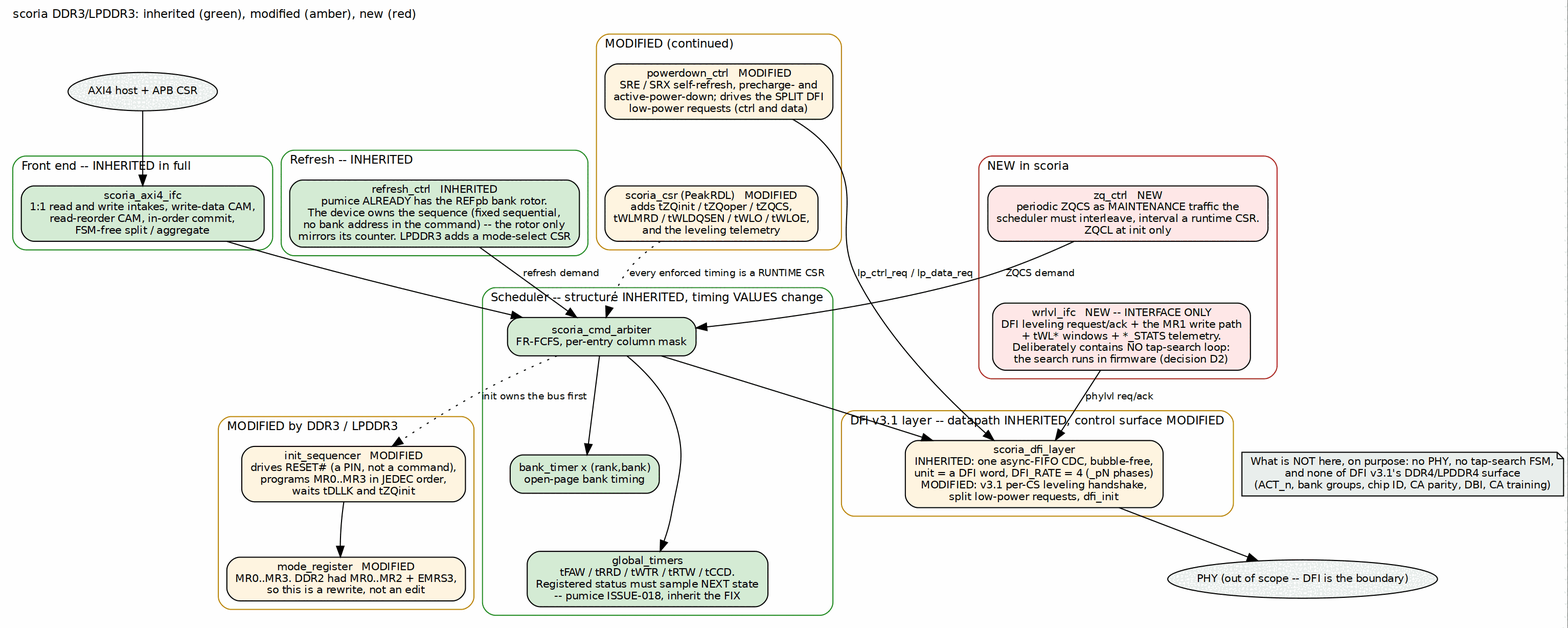
Above: projects/components/mem-ctrl-ip/scoria-ddr3-lpddr3/docs/scoria_has/assets/graphviz/01_block_diagram.png in sean-galloway/RTLDesignSherpa (Graphviz), before the change. Its source is kept beside it as projects/components/mem-ctrl-ip/scoria-ddr3-lpddr3/docs/scoria_has/assets/graphviz/01_block_diagram.dot. Source of this version:
```dot
digraph scoria_blocks {
    graph [rankdir=TB, fontname="Helvetica", fontsize=11, nodesep=0.3, ranksep=0.55,
           label="scoria DDR3/LPDDR3: inherited (green), modified (amber), new (red)", labelloc=t, labeljust=l];
    node  [fontname="Helvetica", fontsize=10, shape=box, style="rounded,filled"];
    edge  [fontname="Helvetica", fontsize=9];

    host [label="AXI4 host + APB CSR", shape=ellipse, fillcolor="#f4f4f4"];

    subgraph cluster_fe {
        label="Front end -- INHERITED in full"; style="rounded"; color="#228B22";
        axi [label="scoria_axi4_ifc\n1:1 read and write intakes, write-data CAM,\nread-reorder CAM, in-order commit,\nFSM-free split / aggregate", fillcolor="#d5ecd5"];
    }

    subgraph cluster_sched {
        label="Scheduler -- structure INHERITED, timing VALUES change"; style="rounded"; color="#228B22";
        arb  [label="scoria_cmd_arbiter\nFR-FCFS, per-entry column mask", fillcolor="#d5ecd5"];
        bt   [label="bank_timer x (rank,bank)\nopen-page bank timing", fillcolor="#d5ecd5"];
        gt   [label="global_timers\ntFAW / tRRD / tWTR / tRTW / tCCD.\nRegistered status must sample NEXT state\n-- pumice ISSUE-018, inherit the FIX", fillcolor="#d5ecd5"];
        arb -> bt; arb -> gt;
    }

    subgraph cluster_mod {
        label="MODIFIED by DDR3 / LPDDR3"; style="rounded"; color="#B8860B";
        init [label="init_sequencer   MODIFIED\ndrives RESET# (a PIN, not a command),\nprograms MR0..MR3 in JEDEC order,\nwaits tDLLK and tZQinit", fillcolor="#fff4e0"];
        mr   [label="mode_register   MODIFIED\nMR0..MR3. DDR2 had MR0..MR2 + EMRS3,\nso this is a rewrite, not an edit", fillcolor="#fff4e0"];
    }
    subgraph cluster_ref {
        label="Refresh -- INHERITED"; style="rounded"; color="#228B22";
        ref  [label="refresh_ctrl   INHERITED\npumice ALREADY has the REFpb bank rotor.\nThe device owns the sequence (fixed sequential,\nno bank address in the command) -- the rotor only\nmirrors its counter. LPDDR3 adds a mode-select CSR", fillcolor="#d5ecd5"];
    }
    subgraph cluster_mod2 {
        label="MODIFIED (continued)"; style="rounded"; color="#B8860B";
        pd   [label="powerdown_ctrl   MODIFIED\nSRE / SRX self-refresh, precharge- and\nactive-power-down; drives the SPLIT DFI\nlow-power requests (ctrl and data)", fillcolor="#fff4e0"];
        csr  [label="scoria_csr (PeakRDL)   MODIFIED\nadds tZQinit / tZQoper / tZQCS,\ntWLMRD / tWLDQSEN / tWLO / tWLOE,\nand the leveling telemetry", fillcolor="#fff4e0"];
    }

    subgraph cluster_new {
        label="NEW in scoria"; style="rounded"; color="#B22222";
        zq   [label="zq_ctrl   NEW\nperiodic ZQCS as MAINTENANCE traffic the\nscheduler must interleave, interval a runtime CSR.\nZQCL at init only", fillcolor="#ffe8e8"];
        wl   [label="wrlvl_ifc   NEW -- INTERFACE ONLY\nDFI leveling request/ack + the MR1 write path\n+ tWL* windows + *_STATS telemetry.\nDeliberately contains NO tap-search loop:\nthe search runs in firmware (decision D2)", fillcolor="#ffe8e8"];
    }

    subgraph cluster_dfi {
        label="DFI v3.1 layer -- datapath INHERITED, control surface MODIFIED"; style="rounded"; color="#B8860B";
        dfi [label="scoria_dfi_layer\nINHERITED: one async-FIFO CDC, bubble-free,\nunit = a DFI word, DFI_RATE = 4 (_pN phases)\nMODIFIED: v3.1 per-CS leveling handshake,\nsplit low-power requests, dfi_init", fillcolor="#fff4e0"];
    }

    phy [label="PHY (out of scope -- DFI is the boundary)", shape=ellipse, fillcolor="#f4f4f4"];

    host -> axi; axi -> arb;
    arb -> init [style=dotted, label="init owns the bus first"];
    init -> mr;
    ref -> arb [label="refresh demand"];
    zq  -> arb [label="ZQCS demand"];
    pd  -> dfi [label="lp_ctrl_req / lp_data_req"];
    wl  -> dfi [label="phylvl req/ack"];
    csr -> arb [style=dotted, label="every enforced timing is a RUNTIME CSR"];
    arb -> dfi; dfi -> phy;

    init -> mr [style=invis]; mr -> ref [style=invis]; ref -> pd [style=invis];
    pd -> csr [style=invis];
    csr -> zq [style=invis];
    zq -> wl [style=invis];
    bt -> gt [style=invis];

    note [label="What is NOT here, on purpose: no PHY, no tap-search FSM,\nand none of DFI v3.1's DDR4/LPDDR4 surface\n(ACT_n, bank groups, chip ID, CA parity, DBI, CA training)", shape=note, fillcolor="#f0f0f0"];
    note -> phy [style=invis];
}
```
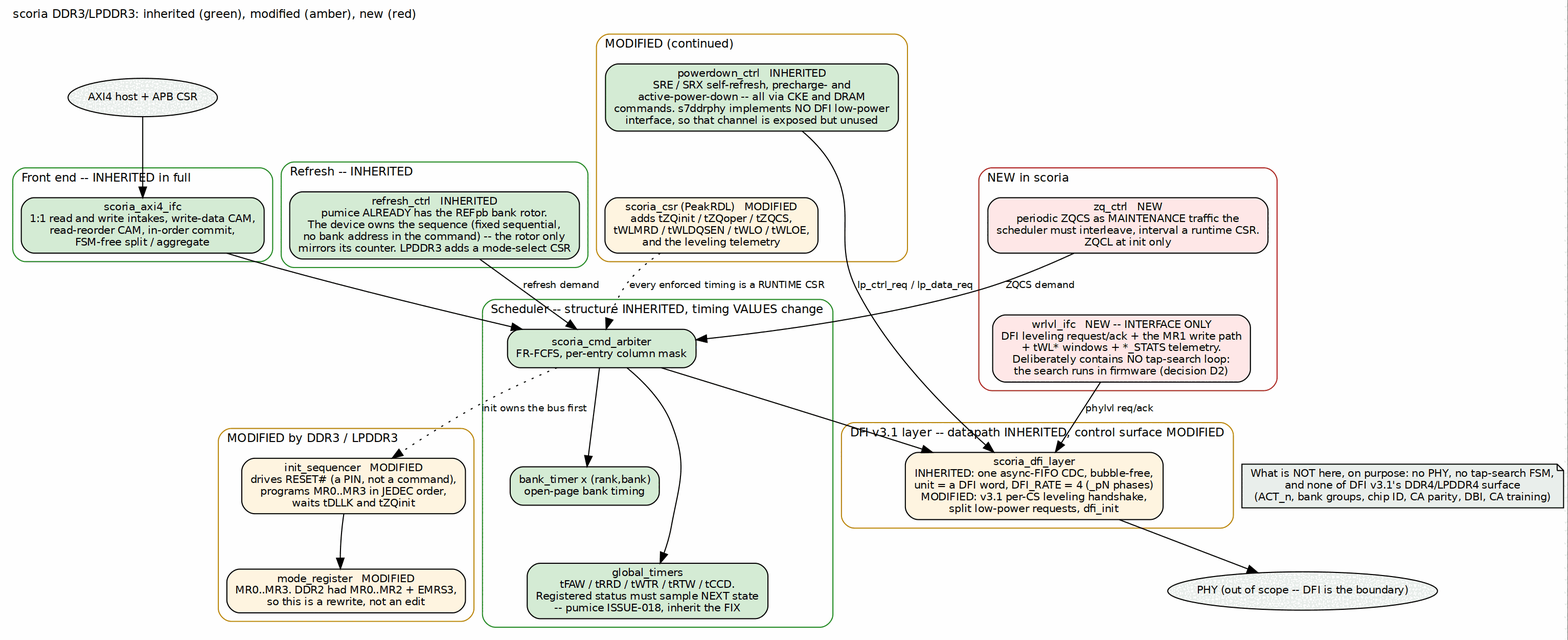
Later version of the same file.

The edit, as a diff of the source:
```diff
@@ -30,7 +30,7 @@
     }
     subgraph cluster_mod2 {
         label="MODIFIED (continued)"; style="rounded"; color="#B8860B";
-        pd   [label="powerdown_ctrl   MODIFIED\nSRE / SRX self-refresh, precharge- and\nactive-power-down; drives the SPLIT DFI\nlow-power requests (ctrl and data)", fillcolor="#fff4e0"];
+        pd   [label="powerdown_ctrl   INHERITED\nSRE / SRX self-refresh, precharge- and\nactive-power-down -- all via CKE and DRAM\ncommands. s7ddrphy implements NO DFI low-power\ninterface, so that channel is exposed but unused", fillcolor="#d5ecd5"];
         csr  [label="scoria_csr (PeakRDL)   MODIFIED\nadds tZQinit / tZQoper / tZQCS,\ntWLMRD / tWLDQSEN / tWLO / tWLOE,\nand the leveling telemetry", fillcolor="#fff4e0"];
     }
 
```
